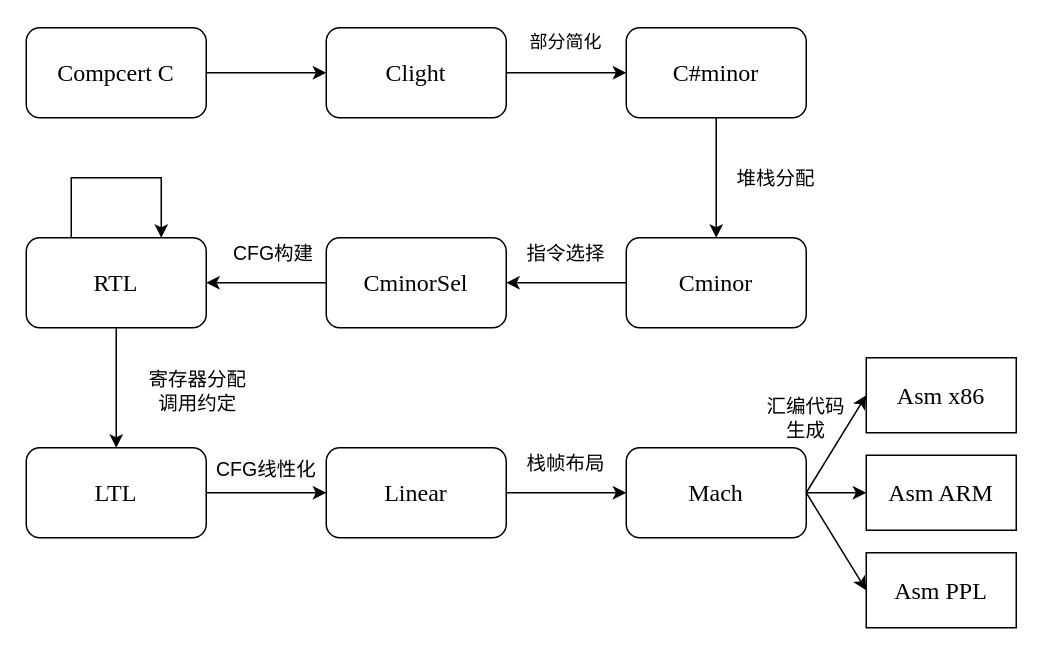
The draw.io diagram thesis/compcert.drawio in ABigDoge/MyDiagrams, before the edit. Source tidied: cells renumbered, new cells numbered last; positions are measured from the earlier drawing's top-left corner, leaving out a move shared by most shapes. Both pictures are drawn from the tidied source at 150%, with x=0, y=0 at pixel (26, 27).
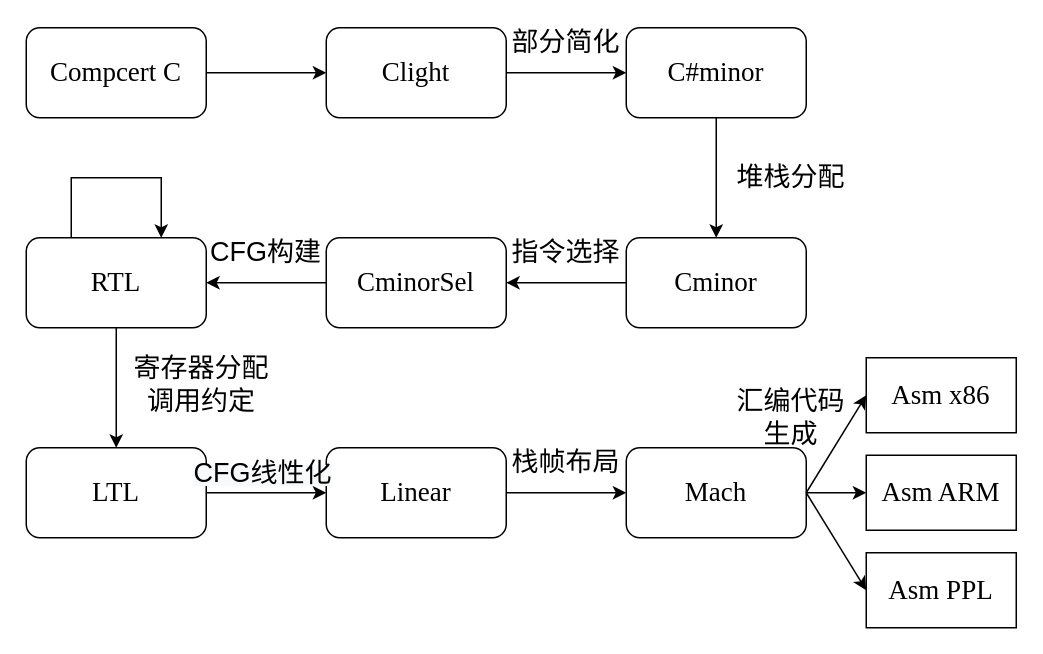
The same diagram, later.

Diff of the diagram source:
```diff
@@
-    <mxCell id="3" value="&lt;font face=&quot;Times New Roman&quot; style=&quot;font-size: 16px&quot;&gt;Compcert C&lt;/font&gt;" style="rounded=1;whiteSpace=wrap;html=1;" parent="1" vertex="1">
+    <mxCell id="3" value="&lt;font face=&quot;Times New Roman&quot; style=&quot;font-size: 18px&quot;&gt;Compcert C&lt;/font&gt;" style="rounded=1;whiteSpace=wrap;html=1;" parent="1" vertex="1">
       <mxGeometry width="120" height="60" as="geometry" />
     </mxCell>
@@
-    <mxCell id="5" value="&lt;font face=&quot;times new roman&quot;&gt;&lt;span style=&quot;font-size: 16px&quot;&gt;Clight&lt;/span&gt;&lt;/font&gt;" style="rounded=1;whiteSpace=wrap;html=1;" parent="1" vertex="1">
+    <mxCell id="5" value="&lt;font face=&quot;times new roman&quot; style=&quot;font-size: 18px&quot;&gt;Clight&lt;/font&gt;" style="rounded=1;whiteSpace=wrap;html=1;" parent="1" vertex="1">
       <mxGeometry x="200" width="120" height="60" as="geometry" />
     </mxCell>
@@
-    <mxCell id="7" value="&lt;font face=&quot;times new roman&quot;&gt;&lt;span style=&quot;font-size: 16px&quot;&gt;C#minor&lt;/span&gt;&lt;/font&gt;" style="rounded=1;whiteSpace=wrap;html=1;" parent="1" vertex="1">
+    <mxCell id="7" value="&lt;font face=&quot;times new roman&quot; style=&quot;font-size: 18px&quot;&gt;C#minor&lt;/font&gt;" style="rounded=1;whiteSpace=wrap;html=1;" parent="1" vertex="1">
       <mxGeometry x="400" width="120" height="60" as="geometry" />
     </mxCell>
@@
-    <mxCell id="9" value="&lt;span style=&quot;font-family: &amp;#34;times new roman&amp;#34; ; font-size: 16px&quot;&gt;Cminor&lt;/span&gt;" style="rounded=1;whiteSpace=wrap;html=1;" parent="1" vertex="1">
+    <mxCell id="9" value="&lt;span style=&quot;font-family: &amp;#34;times new roman&amp;#34;&quot;&gt;&lt;font style=&quot;font-size: 18px&quot;&gt;Cminor&lt;/font&gt;&lt;/span&gt;" style="rounded=1;whiteSpace=wrap;html=1;" parent="1" vertex="1">
       <mxGeometry x="400" y="140" width="120" height="60" as="geometry" />
     </mxCell>
@@
-    <mxCell id="11" value="&lt;span style=&quot;font-family: &amp;#34;times new roman&amp;#34; ; font-size: 16px&quot;&gt;CminorSel&lt;/span&gt;" style="rounded=1;whiteSpace=wrap;html=1;" parent="1" vertex="1">
+    <mxCell id="11" value="&lt;span style=&quot;font-family: &amp;#34;times new roman&amp;#34;&quot;&gt;&lt;font style=&quot;font-size: 18px&quot;&gt;CminorSel&lt;/font&gt;&lt;/span&gt;" style="rounded=1;whiteSpace=wrap;html=1;" parent="1" vertex="1">
       <mxGeometry x="200" y="140" width="120" height="60" as="geometry" />
     </mxCell>
@@
-    <mxCell id="14" value="&lt;font face=&quot;Times New Roman&quot;&gt;&lt;span style=&quot;font-size: 16px&quot;&gt;RTL&lt;/span&gt;&lt;/font&gt;" style="rounded=1;whiteSpace=wrap;html=1;" parent="1" vertex="1">
+    <mxCell id="14" value="&lt;font face=&quot;Times New Roman&quot; style=&quot;font-size: 18px&quot;&gt;RTL&lt;/font&gt;" style="rounded=1;whiteSpace=wrap;html=1;" parent="1" vertex="1">
       <mxGeometry y="140" width="120" height="60" as="geometry" />
     </mxCell>
@@
-    <mxCell id="16" value="&lt;font face=&quot;Times New Roman&quot;&gt;&lt;span style=&quot;font-size: 16px&quot;&gt;LTL&lt;/span&gt;&lt;/font&gt;" style="rounded=1;whiteSpace=wrap;html=1;" parent="1" vertex="1">
+    <mxCell id="16" value="&lt;font face=&quot;Times New Roman&quot; style=&quot;font-size: 18px&quot;&gt;LTL&lt;/font&gt;" style="rounded=1;whiteSpace=wrap;html=1;" parent="1" vertex="1">
       <mxGeometry y="280" width="120" height="60" as="geometry" />
     </mxCell>
@@
-    <mxCell id="18" value="&lt;font face=&quot;Times New Roman&quot;&gt;&lt;span style=&quot;font-size: 16px&quot;&gt;Linear&lt;/span&gt;&lt;/font&gt;" style="rounded=1;whiteSpace=wrap;html=1;" parent="1" vertex="1">
+    <mxCell id="18" value="&lt;font face=&quot;Times New Roman&quot; style=&quot;font-size: 18px&quot;&gt;Linear&lt;/font&gt;" style="rounded=1;whiteSpace=wrap;html=1;" parent="1" vertex="1">
       <mxGeometry x="200" y="280" width="120" height="60" as="geometry" />
     </mxCell>
-    <mxCell id="19" value="&lt;font face=&quot;Times New Roman&quot;&gt;&lt;span style=&quot;font-size: 16px&quot;&gt;Mach&lt;/span&gt;&lt;/font&gt;" style="rounded=1;whiteSpace=wrap;html=1;" parent="1" vertex="1">
+    <mxCell id="19" value="&lt;font face=&quot;Times New Roman&quot; style=&quot;font-size: 18px&quot;&gt;Mach&lt;/font&gt;" style="rounded=1;whiteSpace=wrap;html=1;" parent="1" vertex="1">
       <mxGeometry x="400" y="280" width="120" height="60" as="geometry" />
     </mxCell>
-    <mxCell id="20" value="&lt;font face=&quot;Times New Roman&quot;&gt;&lt;span style=&quot;font-size: 16px&quot;&gt;Asm x86&lt;/span&gt;&lt;/font&gt;" style="rounded=0;whiteSpace=wrap;html=1;" parent="1" vertex="1">
+    <mxCell id="20" value="&lt;font face=&quot;Times New Roman&quot; style=&quot;font-size: 18px&quot;&gt;Asm x86&lt;/font&gt;" style="rounded=0;whiteSpace=wrap;html=1;" parent="1" vertex="1">
       <mxGeometry x="560" y="220" width="100" height="50" as="geometry" />
     </mxCell>
-    <mxCell id="21" value="&lt;font face=&quot;Times New Roman&quot;&gt;&lt;span style=&quot;font-size: 16px&quot;&gt;Asm ARM&lt;/span&gt;&lt;/font&gt;" style="rounded=0;whiteSpace=wrap;html=1;" parent="1" vertex="1">
+    <mxCell id="21" value="&lt;font face=&quot;Times New Roman&quot; style=&quot;font-size: 18px&quot;&gt;Asm ARM&lt;/font&gt;" style="rounded=0;whiteSpace=wrap;html=1;" parent="1" vertex="1">
       <mxGeometry x="560" y="285" width="100" height="50" as="geometry" />
     </mxCell>
-    <mxCell id="22" value="&lt;font face=&quot;Times New Roman&quot;&gt;&lt;span style=&quot;font-size: 16px&quot;&gt;Asm PPL&lt;/span&gt;&lt;/font&gt;" style="rounded=0;whiteSpace=wrap;html=1;" parent="1" vertex="1">
+    <mxCell id="22" value="&lt;font face=&quot;Times New Roman&quot; style=&quot;font-size: 18px&quot;&gt;Asm PPL&lt;/font&gt;" style="rounded=0;whiteSpace=wrap;html=1;" parent="1" vertex="1">
       <mxGeometry x="560" y="350" width="100" height="50" as="geometry" />
     </mxCell>
@@
-    <mxCell id="26" value="&lt;font style=&quot;font-size: 12px&quot;&gt;部分简化&lt;/font&gt;" style="text;html=1;strokeColor=none;fillColor=none;align=center;verticalAlign=middle;whiteSpace=wrap;rounded=0;" parent="1" vertex="1">
+    <mxCell id="26" value="&lt;font style=&quot;font-size: 18px&quot;&gt;部分简化&lt;/font&gt;" style="text;html=1;strokeColor=none;fillColor=none;align=center;verticalAlign=middle;whiteSpace=wrap;rounded=0;" parent="1" vertex="1">
       <mxGeometry x="320" width="80" height="20" as="geometry" />
     </mxCell>
-    <mxCell id="27" value="&lt;font style=&quot;font-size: 13px&quot;&gt;指令选择&lt;/font&gt;" style="text;html=1;strokeColor=none;fillColor=none;align=center;verticalAlign=middle;whiteSpace=wrap;rounded=0;" parent="1" vertex="1">
-      <mxGeometry x="330" y="140" width="60" height="20" as="geometry" />
+    <mxCell id="27" value="&lt;font style=&quot;font-size: 18px&quot;&gt;指令选择&lt;/font&gt;" style="text;html=1;strokeColor=none;fillColor=none;align=center;verticalAlign=middle;whiteSpace=wrap;rounded=0;" parent="1" vertex="1">
+      <mxGeometry x="320" y="140" width="80" height="20" as="geometry" />
     </mxCell>
-    <mxCell id="28" value="&lt;font style=&quot;font-size: 13px&quot;&gt;CFG构建&lt;/font&gt;" style="text;html=1;strokeColor=none;fillColor=none;align=center;verticalAlign=middle;whiteSpace=wrap;rounded=0;" parent="1" vertex="1">
-      <mxGeometry x="130" y="140" width="70" height="20" as="geometry" />
+    <mxCell id="28" value="&lt;font style=&quot;font-size: 18px&quot;&gt;CFG构建&lt;/font&gt;" style="text;html=1;strokeColor=none;fillColor=none;align=center;verticalAlign=middle;whiteSpace=wrap;rounded=0;" parent="1" vertex="1">
+      <mxGeometry x="120" y="140" width="80" height="20" as="geometry" />
     </mxCell>
-    <mxCell id="29" value="&lt;span style=&quot;font-size: 13px&quot;&gt;堆栈分配&lt;/span&gt;" style="text;html=1;strokeColor=none;fillColor=none;align=center;verticalAlign=middle;whiteSpace=wrap;rounded=0;" parent="1" vertex="1">
-      <mxGeometry x="470" y="90" width="60" height="20" as="geometry" />
+    <mxCell id="29" value="&lt;font style=&quot;font-size: 18px&quot;&gt;&lt;font style=&quot;font-size: 18px&quot;&gt;堆栈&lt;/font&gt;&lt;font style=&quot;font-size: 18px&quot;&gt;分配&lt;/font&gt;&lt;/font&gt;" style="text;html=1;strokeColor=none;fillColor=none;align=center;verticalAlign=middle;whiteSpace=wrap;rounded=0;" parent="1" vertex="1">
+      <mxGeometry x="470" y="90" width="80" height="20" as="geometry" />
     </mxCell>
-    <mxCell id="30" value="&lt;div style=&quot;text-align: center&quot;&gt;&lt;span style=&quot;font-size: 13px&quot;&gt;&lt;font face=&quot;helvetica&quot;&gt;寄存器分配&lt;/font&gt;&lt;/span&gt;&lt;/div&gt;&lt;div style=&quot;text-align: center&quot;&gt;&lt;span style=&quot;font-size: 13px&quot;&gt;&lt;font face=&quot;helvetica&quot;&gt;调用约定&lt;/font&gt;&lt;/span&gt;&lt;/div&gt;" style="text;whiteSpace=wrap;html=1;" parent="1" vertex="1">
-      <mxGeometry x="80" y="220" width="80" height="30" as="geometry" />
+    <mxCell id="30" value="&lt;div style=&quot;text-align: center ; font-size: 18px&quot;&gt;&lt;font face=&quot;helvetica&quot; style=&quot;font-size: 18px&quot;&gt;寄存器分配&lt;/font&gt;&lt;/div&gt;&lt;div style=&quot;text-align: center ; font-size: 18px&quot;&gt;&lt;font face=&quot;helvetica&quot; style=&quot;font-size: 18px&quot;&gt;调用约定&lt;/font&gt;&lt;/div&gt;" style="text;whiteSpace=wrap;html=1;" parent="1" vertex="1">
+      <mxGeometry x="70" y="210" width="100" height="30" as="geometry" />
     </mxCell>
-    <mxCell id="31" value="&lt;span style=&quot;color: rgb(0 , 0 , 0) ; font-family: &amp;#34;helvetica&amp;#34; ; font-size: 13px ; font-style: normal ; font-weight: 400 ; letter-spacing: normal ; text-align: center ; text-indent: 0px ; text-transform: none ; word-spacing: 0px ; background-color: rgb(248 , 249 , 250) ; display: inline ; float: none&quot;&gt;CFG线性化&lt;/span&gt;" style="text;whiteSpace=wrap;html=1;" parent="1" vertex="1">
-      <mxGeometry x="125" y="280" width="80" height="30" as="geometry" />
+    <mxCell id="31" value="&lt;span style=&quot;color: rgb(0 , 0 , 0) ; font-family: &amp;#34;helvetica&amp;#34; ; font-style: normal ; font-weight: 400 ; letter-spacing: normal ; text-align: center ; text-indent: 0px ; text-transform: none ; word-spacing: 0px ; background-color: rgb(248 , 249 , 250) ; display: inline ; float: none&quot;&gt;&lt;font style=&quot;font-size: 18px&quot;&gt;CFG线性化&lt;/font&gt;&lt;/span&gt;" style="text;whiteSpace=wrap;html=1;" parent="1" vertex="1">
+      <mxGeometry x="110" y="280" width="100" height="30" as="geometry" />
     </mxCell>
-    <mxCell id="32" value="&lt;span style=&quot;font-size: 13px&quot;&gt;栈帧布局&lt;/span&gt;" style="text;html=1;strokeColor=none;fillColor=none;align=center;verticalAlign=middle;whiteSpace=wrap;rounded=0;" parent="1" vertex="1">
-      <mxGeometry x="330" y="280" width="60" height="20" as="geometry" />
+    <mxCell id="32" value="&lt;font style=&quot;font-size: 18px&quot;&gt;栈帧布局&lt;/font&gt;" style="text;html=1;strokeColor=none;fillColor=none;align=center;verticalAlign=middle;whiteSpace=wrap;rounded=0;" parent="1" vertex="1">
+      <mxGeometry x="320" y="280" width="80" height="20" as="geometry" />
     </mxCell>
-    <mxCell id="33" value="&lt;span style=&quot;font-size: 13px&quot;&gt;汇编代码生成&lt;/span&gt;" style="text;html=1;strokeColor=none;fillColor=none;align=center;verticalAlign=middle;whiteSpace=wrap;rounded=0;" parent="1" vertex="1">
-      <mxGeometry x="490" y="250" width="60" height="20" as="geometry" />
+    <mxCell id="33" value="&lt;font style=&quot;font-size: 18px&quot;&gt;汇编代码生成&lt;/font&gt;" style="text;html=1;strokeColor=none;fillColor=none;align=center;verticalAlign=middle;whiteSpace=wrap;rounded=0;" parent="1" vertex="1">
+      <mxGeometry x="470" y="250" width="80" height="20" as="geometry" />
     </mxCell>
```
